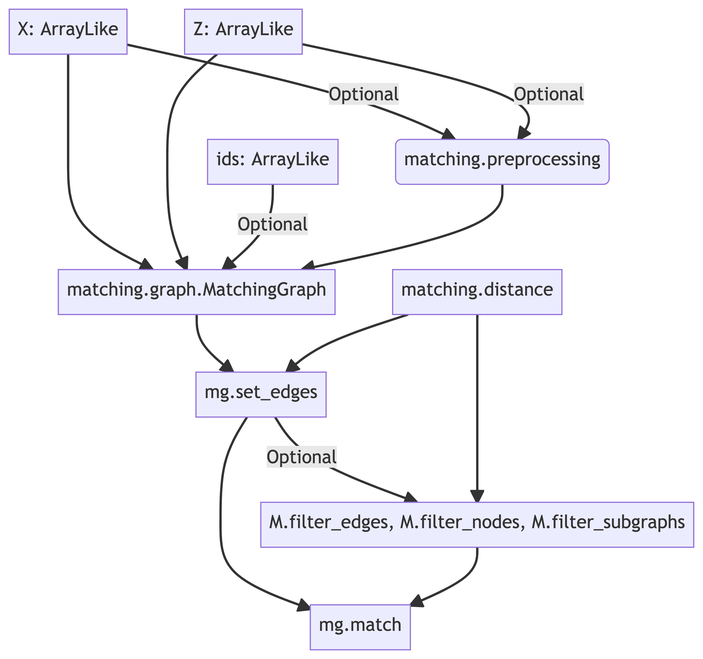
This is docs/mermaid/img/usage_flow.png from jackpotrykus/propensity-score-matching-thesis, a Mermaid export, as it was before one commit. Its source is kept beside it as docs/mermaid/usage_flow.mmd. Its diagram source:
```mermaid
flowchart TD
    X --> M[matching.graph.MatchingGraph]
    Z --> M
    I[ids: ArrayLike] --> |Optional| M
    X[X: ArrayLike] --> |Optional| P(matching.preprocessing)
    P --> M
    Z[Z: ArrayLike] --> |Optional| P
    M --> S[mg.set_edges]
    D[matching.distance] --> S
    S --> |Optional| F[M.filter_edges, M.filter_nodes, M.filter_subgraphs]
    D --> F
    S --> G[mg.match]
    F --> G
```
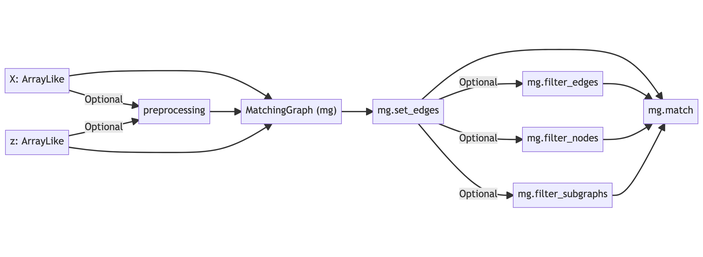
The same diagram one commit later.

Diff of the diagram source:
```diff
@@ -1,13 +1,15 @@
-flowchart TD
-    X --> M[matching.graph.MatchingGraph]
-    Z --> M
-    I[ids: ArrayLike] --> |Optional| M
-    X[X: ArrayLike] --> |Optional| P(matching.preprocessing)
-    P --> M
-    Z[Z: ArrayLike] --> |Optional| P
-    M --> S[mg.set_edges]
-    D[matching.distance] --> S
-    S --> |Optional| F[M.filter_edges, M.filter_nodes, M.filter_subgraphs]
-    D --> F
-    S --> G[mg.match]
-    F --> G
+flowchart LR
+    X --> MG["MatchingGraph (mg)"]
+    X[X: ArrayLike] --> |Optional| P[preprocessing]
+    P --> MG
+    Z --> MG
+    Z[z: ArrayLike] --> |Optional| P
+    MG --> SE[mg.set_edges]
+    SE --> |Optional| FE[mg.filter_edges]
+    SE --> |Optional| FN[mg.filter_nodes]
+    SE --> |Optional| FG[mg.filter_subgraphs]
+
+    SE --> MGM[mg.match]
+    FE --> MGM
+    FN --> MGM
+    FG --> MGM
```
